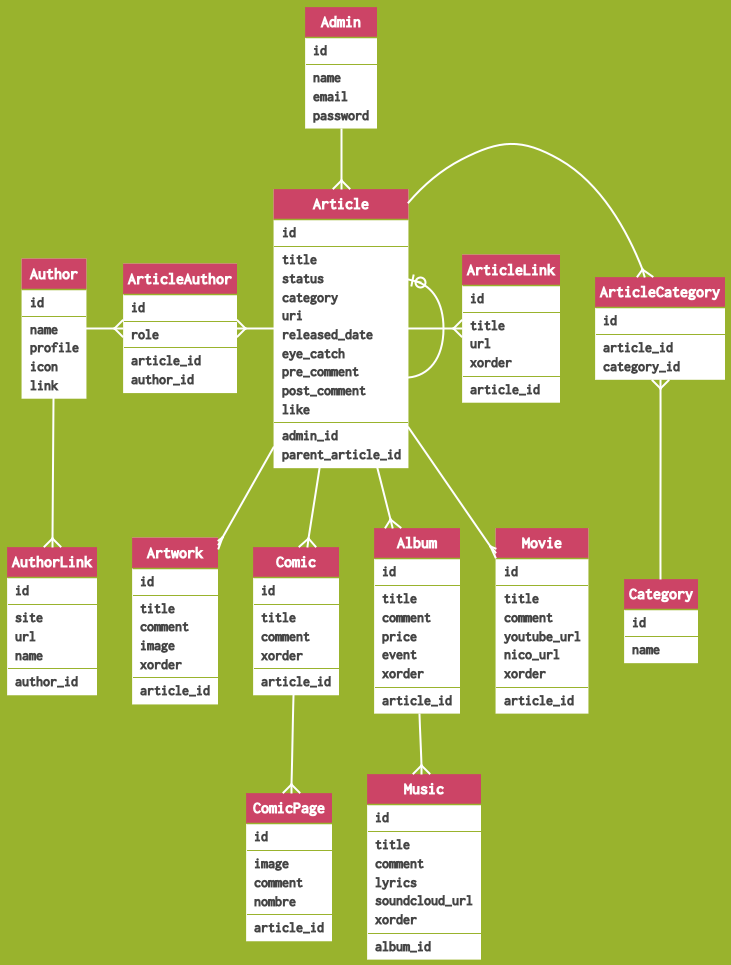
Earlier version of the PlantUML export documents/erd.png (comorebi-notes/yorozuya).
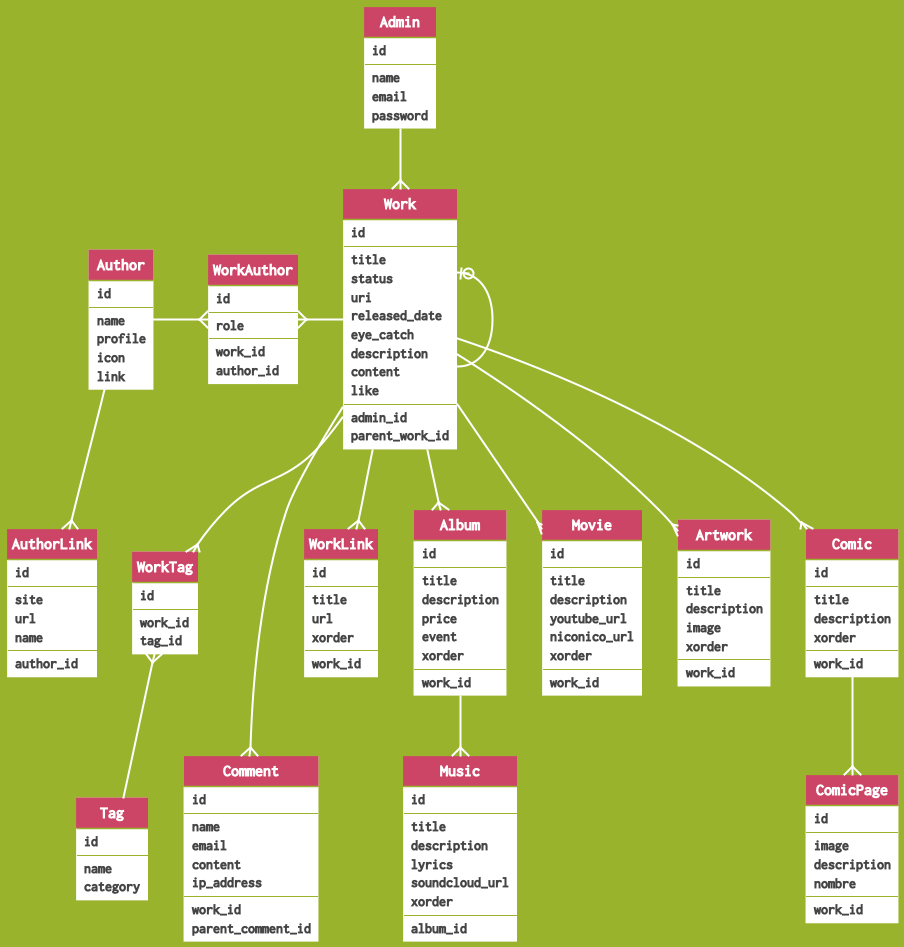
Later version of the same file.

What changed in the source:
```diff
@@ -29,63 +29,75 @@
   password
 }
 
-entity Article {
+entity Work {
   id
   --
   title
   status
-  category
   uri
   released_date
   eye_catch
-  pre_comment
-  post_comment
+  description
+  content
   like
   --
   admin_id
-  parent_article_id
+  parent_work_id
 }
 
-entity ArticleCategory {
-  id
-  --
-  article_id
-  category_id
-}
-
-entity Category {
+entity Tag {
   id
   --
   name
+  category
 }
 
-entity ArticleLink {
+entity WorkTag {
+  id
+  --
+  work_id
+  tag_id
+}
+
+entity Comment {
+  id
+  --
+  name
+  email
+  content
+  ip_address
+  --
+  work_id
+  parent_comment_id
+}
+
+entity WorkLink {
   id
   --
   title
   url
   xorder
   --
-  article_id
+  work_id
 }
 
 entity Album {
   id
   --
   title
-  comment
+  description
   price
   event
   xorder
   --
-  article_id
+  work_id
 }
 
 entity Music {
   id
   --
   title
-  comment
+  description
   lyrics
   soundcloud_url
   xorder
@@ -97,51 +109,51 @@
   id
   --
   title
-  comment
+  description
   youtube_url
-  nico_url
+  niconico_url
   xorder
   --
-  article_id
+  work_id
 }
 
 entity Artwork {
   id
   --
   title
-  comment
+  description
   image
   xorder
   --
-  article_id
+  work_id
 }
 
 entity Comic {
   id
   --
   title
-  comment
+  description
   xorder
   --
-  article_id
+  work_id
 }
 
 entity ComicPage {
   id
   --
   image
-  comment
+  description
   nombre
   --
-  article_id
+  work_id
 }
 
-entity ArticleAuthor {
+entity WorkAuthor {
   id
   --
   role
   --
-  article_id
+  work_id
   author_id
 }
 
@@ -164,19 +176,20 @@
   author_id
 }
 
-Admin --{ Article
-Article -{ ArticleCategory
-ArticleCategory }-- Category
-Article -{ ArticleLink
-Article --{ Album
+Admin --{ Work
+Work --{ WorkTag
+WorkTag }-- Tag
+Work ---{ Comment
+Work --{ WorkLink
+Work --{ Album
 Album --{ Music
-Article --{ Artwork
-Article --{ Movie
-Article --{ Comic
+Work --{ Artwork
+Work --{ Movie
+Work --{ Comic
 Comic --{ ComicPage
-Author -{ ArticleAuthor
-ArticleAuthor }- Article
+Author -{ WorkAuthor
+WorkAuthor }- Work
 Author --{ AuthorLink
-Article |o- Article
+Work |o- Work
 
 @enduml
```
